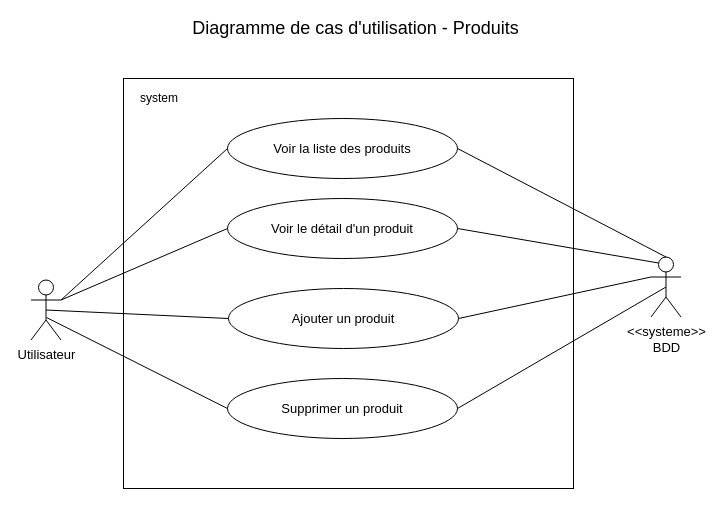
Above: uml-diagrams/uml/diagram-use-case-products.drawio in thomas-claireau/PHP-P7-Openclassrooms (draw.io), before the change. Source tidied: cells renumbered, new cells numbered last; positions are measured from the earlier drawing's top-left corner, leaving out a move shared by most shapes. Both pictures are drawn from the tidied source at 100%, with x=0, y=0 at pixel (31, 18).
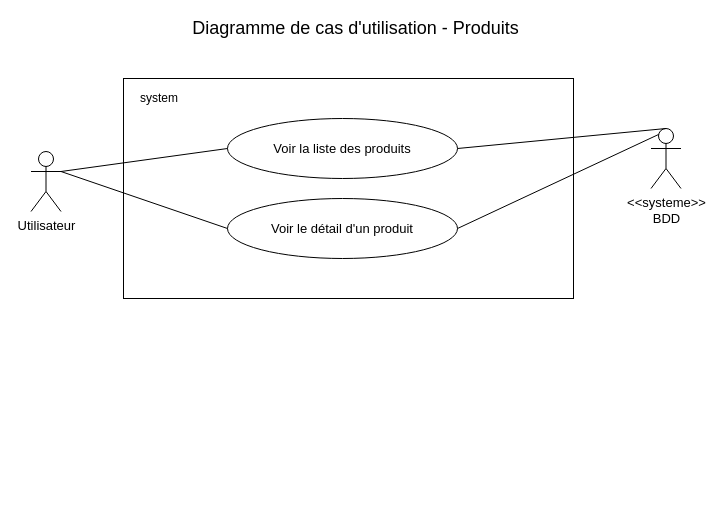
The same page after the edit.

Commit message (it also covers changes not shown here):
fix uml diagrams

Diff of the diagram source:
```diff
@@
 <mxGraphModel>
   <root>
     <mxCell id="0" />
     <mxCell id="1" parent="0" />
     <mxCell id="2" style="whiteSpace=wrap;html=1;" parent="1" vertex="1">
-      <mxGeometry x="92" y="60" width="450" height="410" as="geometry" />
+      <mxGeometry x="92" y="60" width="450" height="220" as="geometry" />
     </mxCell>
     <mxCell id="3" value="system" style="text;html=1;strokeColor=none;fillColor=none;align=center;verticalAlign=middle;whiteSpace=wrap;rounded=0;" parent="1" vertex="1">
       <mxGeometry x="108" y="70" width="40" height="20" as="geometry" />
     </mxCell>
     <mxCell id="4" value="Diagramme de cas d'utilisation - Produits" style="text;html=1;strokeColor=none;fillColor=none;align=center;verticalAlign=middle;whiteSpace=wrap;rounded=0;fontSize=18;" parent="1" vertex="1">
       <mxGeometry x="141" width="367" height="20" as="geometry" />
     </mxCell>
     <mxCell id="5" value="Utilisateur" style="shape=umlActor;verticalLabelPosition=bottom;labelBackgroundColor=#ffffff;verticalAlign=top;html=1;fontSize=13;" parent="1" vertex="1">
-      <mxGeometry x="-0.5" y="261.5" width="30" height="60" as="geometry" />
+      <mxGeometry x="-0.5" y="133" width="30" height="60" as="geometry" />
     </mxCell>
     <mxCell id="6" value="&amp;lt;&amp;lt;systeme&amp;gt;&amp;gt;&lt;br&gt;BDD" style="shape=umlActor;verticalLabelPosition=bottom;labelBackgroundColor=#ffffff;verticalAlign=top;html=1;fontSize=13;" parent="1" vertex="1">
-      <mxGeometry x="619.5" y="238.5" width="30" height="60" as="geometry" />
+      <mxGeometry x="619.5" y="110" width="30" height="60" as="geometry" />
     </mxCell>
     <mxCell id="7" value="Voir la liste des produits" style="ellipse;whiteSpace=wrap;html=1;fontSize=13;" parent="1" vertex="1">
       <mxGeometry x="196" y="100" width="230" height="60" as="geometry" />
     </mxCell>
     <mxCell id="8" value="Voir le détail d'un produit" style="ellipse;whiteSpace=wrap;html=1;fontSize=13;" parent="1" vertex="1">
       <mxGeometry x="196" y="180" width="230" height="60" as="geometry" />
     </mxCell>
     <mxCell id="9" style="endArrow=none;html=1;fontSize=15;entryX=1;entryY=0.5;entryDx=0;entryDy=0;exitX=0.25;exitY=0.1;exitDx=0;exitDy=0;exitPerimeter=0;" parent="1" edge="1" source="6" target="8">
       <mxGeometry relative="1" as="geometry" />
     </mxCell>
     <mxCell id="10" style="endArrow=none;html=1;fontSize=15;entryX=1;entryY=0.5;entryDx=0;entryDy=0;exitX=0.5;exitY=0;exitDx=0;exitDy=0;exitPerimeter=0;" parent="1" edge="1" source="6" target="7">
       <mxGeometry relative="1" as="geometry" />
     </mxCell>
     <mxCell id="11" style="endArrow=none;html=1;fontSize=15;entryX=0;entryY=0.5;entryDx=0;entryDy=0;exitX=1;exitY=0.3333333333333333;exitDx=0;exitDy=0;exitPerimeter=0;" parent="1" edge="1" source="5" target="7">
       <mxGeometry relative="1" as="geometry" />
     </mxCell>
     <mxCell id="12" style="endArrow=none;html=1;fontSize=15;entryX=0;entryY=0.5;entryDx=0;entryDy=0;exitX=1;exitY=0.3333333333333333;exitDx=0;exitDy=0;exitPerimeter=0;" parent="1" edge="1" source="5" target="8">
       <mxGeometry relative="1" as="geometry" />
     </mxCell>
-    <mxCell id="13" value="Ajouter un produit" style="ellipse;whiteSpace=wrap;html=1;fontSize=13;" parent="1" vertex="1">
-      <mxGeometry x="197" y="270" width="230" height="60" as="geometry" />
-    </mxCell>
-    <mxCell id="14" value="Supprimer un produit" style="ellipse;whiteSpace=wrap;html=1;fontSize=13;" parent="1" vertex="1">
-      <mxGeometry x="196" y="360" width="230" height="60" as="geometry" />
-    </mxCell>
-    <mxCell id="15" style="endArrow=none;html=1;fontSize=15;entryX=0;entryY=0.5;entryDx=0;entryDy=0;exitX=0.5;exitY=0.5;exitDx=0;exitDy=0;exitPerimeter=0;" parent="1" edge="1" source="5" target="13">
-      <mxGeometry relative="1" as="geometry" />
-    </mxCell>
-    <mxCell id="16" style="endArrow=none;html=1;fontSize=15;entryX=0;entryY=0.5;entryDx=0;entryDy=0;exitX=0.517;exitY=0.625;exitDx=0;exitDy=0;exitPerimeter=0;" parent="1" edge="1" source="5" target="14">
-      <mxGeometry relative="1" as="geometry" />
-    </mxCell>
-    <mxCell id="17" style="endArrow=none;html=1;fontSize=15;entryX=0;entryY=0.3333333333333333;entryDx=0;entryDy=0;exitX=1;exitY=0.5;exitDx=0;exitDy=0;entryPerimeter=0;" parent="1" edge="1" source="13" target="6">
-      <mxGeometry relative="1" as="geometry" />
-    </mxCell>
-    <mxCell id="18" style="endArrow=none;html=1;fontSize=15;entryX=1;entryY=0.5;entryDx=0;entryDy=0;exitX=0.5;exitY=0.5;exitDx=0;exitDy=0;exitPerimeter=0;" parent="1" edge="1" source="6" target="14">
-      <mxGeometry relative="1" as="geometry" />
-    </mxCell>
   </root>
 </mxGraphModel>
```
